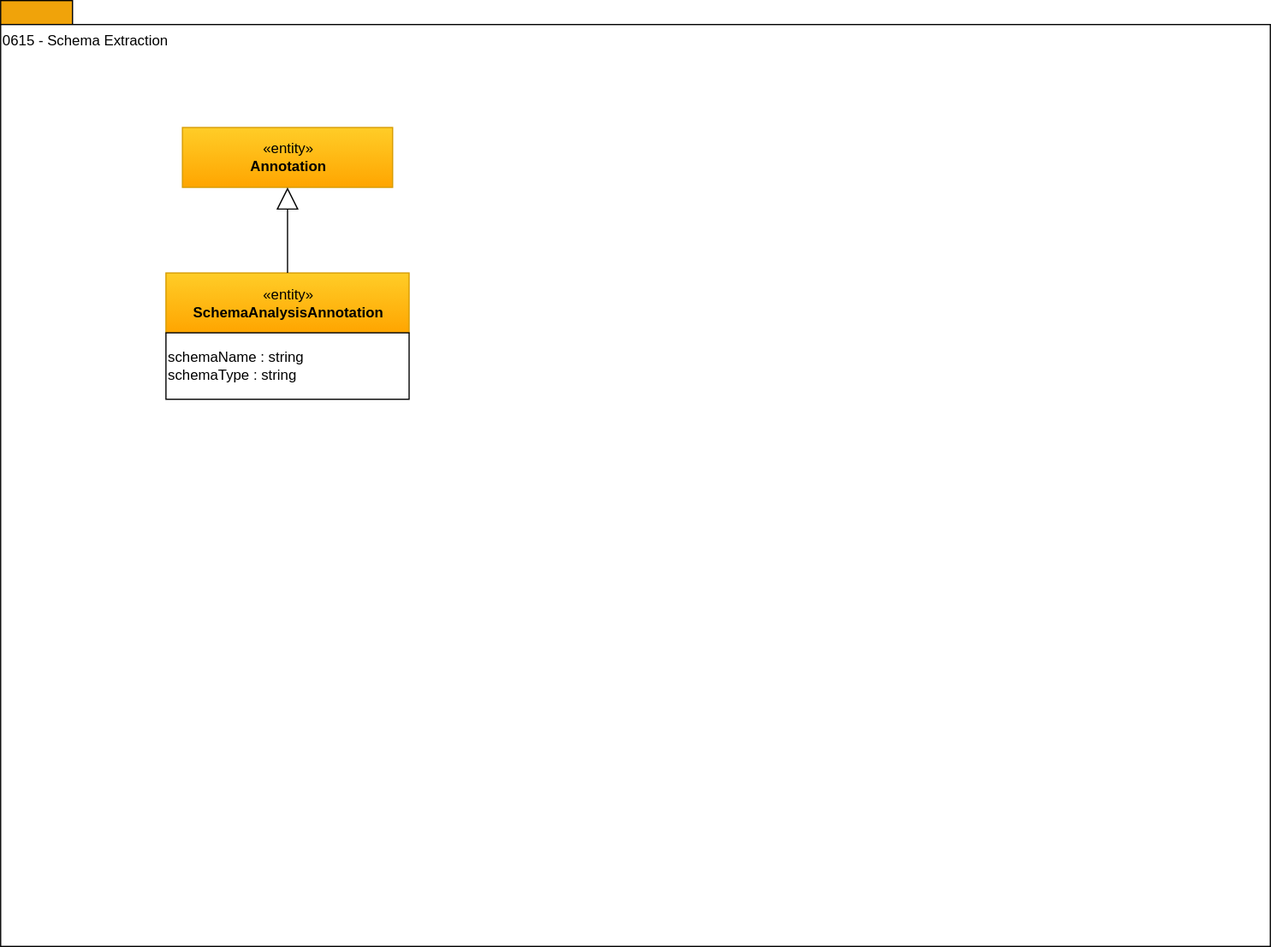
Above: site/docs/types/6/0615-Schema-Extraction.svg in odpi/egeria-docs (draw.io), before the change. Source tidied: cells renumbered, new cells last; positions are measured from the earlier drawing's top-left corner, leaving out a move shared by most shapes.
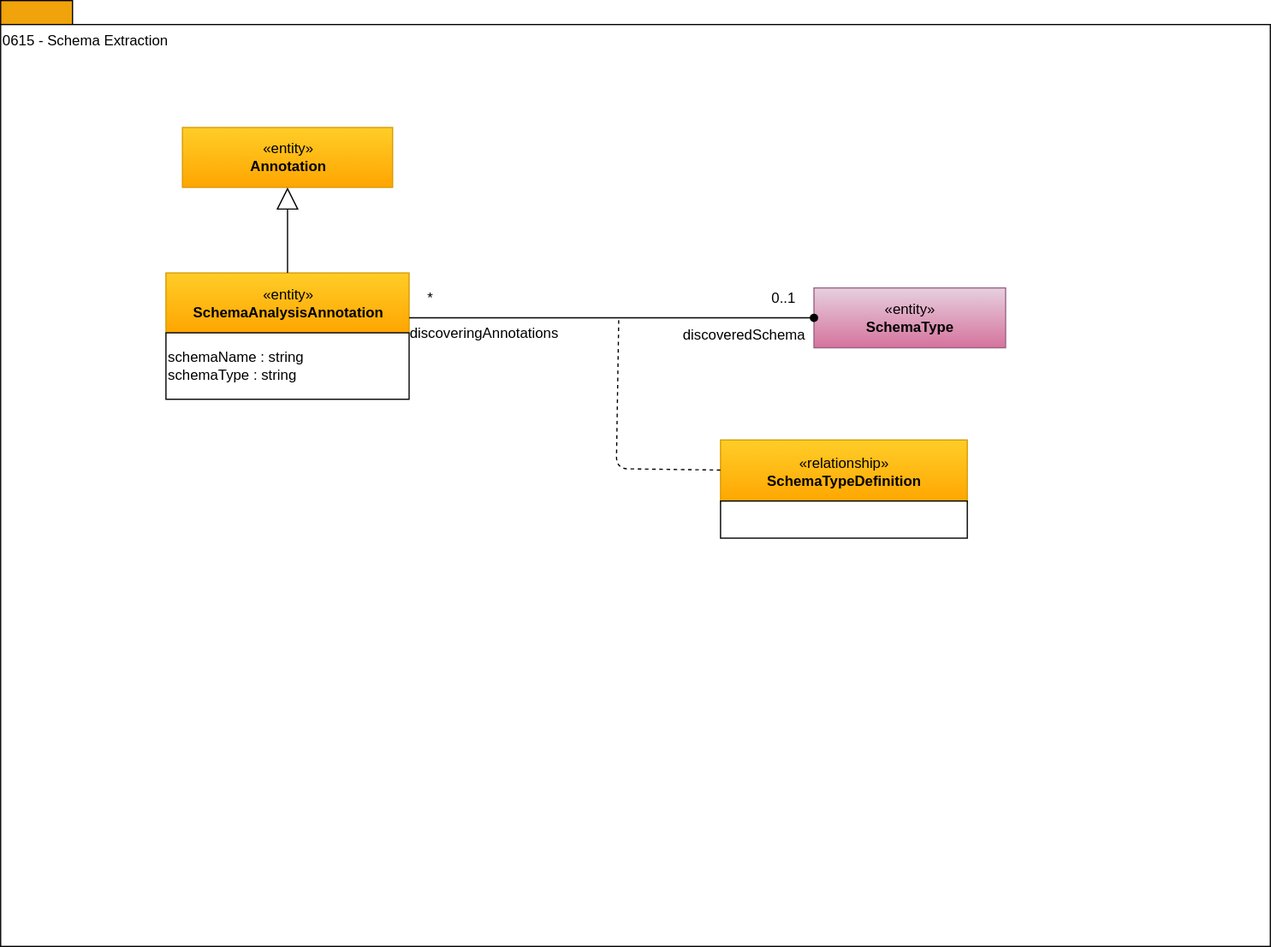
The same file after the commit.

The edit, as a diff of the source:
```diff
@@ -20,5 +20,37 @@
     <mxCell id="7" style="edgeStyle=orthogonalEdgeStyle;rounded=0;jettySize=auto;html=1;endArrow=block;endFill=0;endSize=16;entryX=0.5;entryY=1;entryDx=0;entryDy=0;exitX=0.5;exitY=0;exitDx=0;exitDy=0;" parent="1" edge="1" source="4" target="6">
       <mxGeometry relative="1" as="geometry" />
     </mxCell>
+    <mxCell id="8" value="«entity»&lt;br&gt;&lt;b&gt;SchemaType&lt;/b&gt;" style="html=1;strokeColor=#996185;align=center;fillColor=#e6d0de;gradientColor=#d5739d;" parent="1" vertex="1">
+      <mxGeometry x="679" y="240" width="160" height="50" as="geometry" />
+    </mxCell>
+    <mxCell id="9" value="discoveringAnnotations" style="text;html=1;strokeColor=none;fillColor=none;align=center;verticalAlign=middle;whiteSpace=wrap;rounded=0;" parent="1" vertex="1">
+      <mxGeometry x="341" y="268" width="126" height="20" as="geometry" />
+    </mxCell>
+    <mxCell id="10" value="*" style="text;html=1;strokeColor=none;fillColor=none;align=center;verticalAlign=middle;whiteSpace=wrap;rounded=0;" parent="1" vertex="1">
+      <mxGeometry x="346" y="240" width="26" height="18" as="geometry" />
+    </mxCell>
+    <mxCell id="11" value="0..1" style="text;html=1;strokeColor=none;fillColor=none;align=center;verticalAlign=middle;whiteSpace=wrap;rounded=0;" parent="1" vertex="1">
+      <mxGeometry x="634" y="239" width="40" height="20" as="geometry" />
+    </mxCell>
+    <mxCell id="12" value="«relationship»&lt;br&gt;&lt;b&gt;SchemaTypeDefinition&lt;/b&gt;" style="html=1;strokeColor=#d79b00;align=center;fillColor=#ffcd28;gradientColor=#ffa500;" parent="1" vertex="1">
+      <mxGeometry x="601" y="367" width="206" height="53" as="geometry" />
+    </mxCell>
+    <mxCell id="13" style="endArrow=none;dashed=1;html=1;" parent="1" edge="1" target="12">
+      <mxGeometry relative="1" as="geometry">
+        <mxPoint x="516" y="267" as="sourcePoint" />
+        <Array as="points">
+          <mxPoint x="514" y="391" />
+        </Array>
+      </mxGeometry>
+    </mxCell>
+    <mxCell id="14" style="rounded=0;whiteSpace=wrap;html=1;align=left;" parent="1" vertex="1">
+      <mxGeometry x="601" y="418" width="206" height="31" as="geometry" />
+    </mxCell>
+    <mxCell id="15" value="discoveredSchema" style="text;html=1;strokeColor=none;fillColor=none;align=center;verticalAlign=middle;whiteSpace=wrap;rounded=0;" parent="1" vertex="1">
+      <mxGeometry x="573" y="270" width="95.8" height="20" as="geometry" />
+    </mxCell>
+    <mxCell id="16" style="edgeStyle=orthogonalEdgeStyle;rounded=0;html=1;entryX=1;entryY=0.75;endArrow=none;endFill=0;jettySize=auto;entryDx=0;entryDy=0;startArrow=oval;startFill=1;" parent="1" edge="1" source="8" target="4">
+      <mxGeometry relative="1" as="geometry" />
+    </mxCell>
   </root>
 </mxGraphModel>
```
